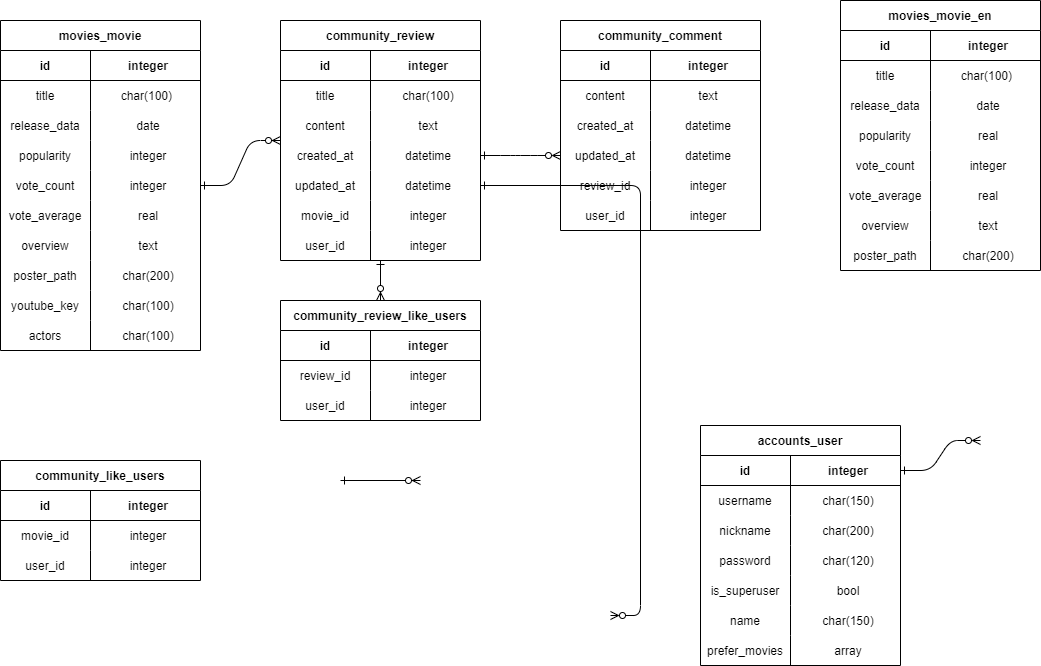
Above: ERD.drawio.png in gilsanguk/MOJI (draw.io), before the change. Source tidied: cells renumbered, new cells last; positions are measured from the earlier drawing's top-left corner, leaving out a move shared by most shapes.
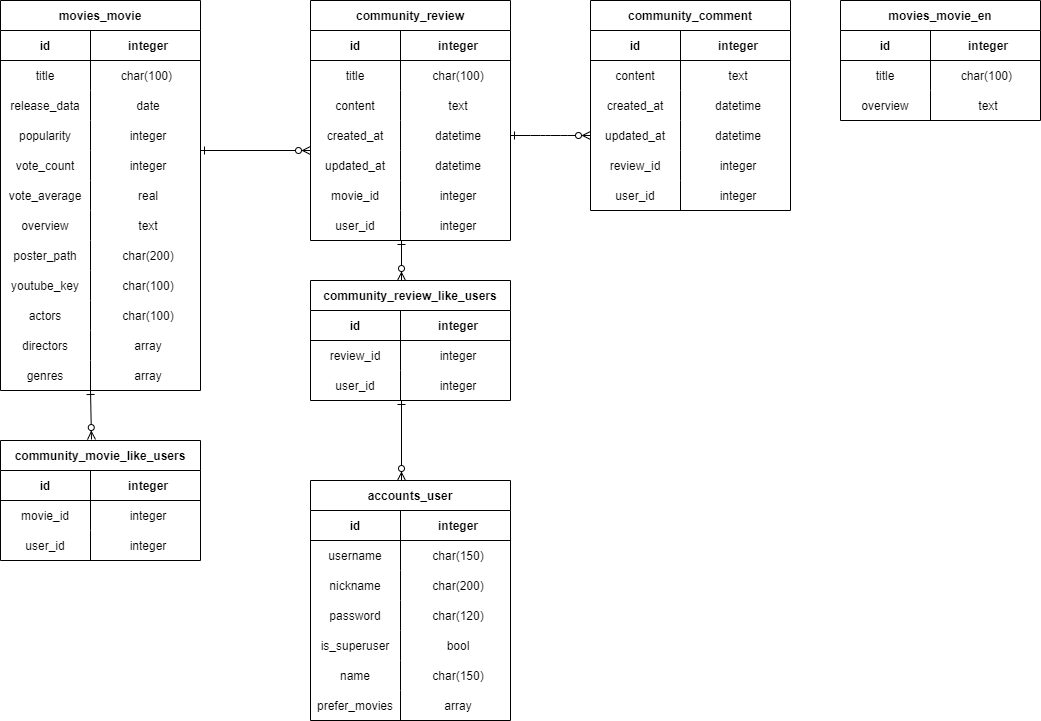
After the commit.

The edit, as a diff of the source:
```diff
@@ -2,11 +2,8 @@
   <root>
     <mxCell id="0" />
     <mxCell id="1" parent="0" />
-    <mxCell id="2" style="edgeStyle=entityRelationEdgeStyle;endArrow=ERzeroToMany;startArrow=ERone;endFill=1;startFill=0;" parent="1" edge="1" source="25" target="3">
-      <mxGeometry relative="1" as="geometry" />
-    </mxCell>
     <mxCell id="3" value="community_review" style="shape=table;startSize=30;rowLines=0;fontStyle=1;align=center;" parent="1" vertex="1">
-      <mxGeometry x="280" y="20" width="200" height="240" as="geometry" />
+      <mxGeometry x="310" y="20" width="200" height="240" as="geometry" />
     </mxCell>
     <mxCell id="4" style="shape=partialRectangle;fillColor=none;top=0;left=0;right=0;bottom=1;" parent="3" vertex="1">
       <mxGeometry y="30" width="200" height="30" as="geometry" />
@@ -72,7 +69,7 @@
       <mxGeometry x="90" width="110" height="30" as="geometry" />
     </mxCell>
     <mxCell id="25" value="movies_movie" style="shape=table;startSize=30;rowLines=0;fontStyle=1;align=center;" parent="1" vertex="1">
-      <mxGeometry y="20" width="200" height="330" as="geometry" />
+      <mxGeometry y="20" width="200" height="390" as="geometry" />
     </mxCell>
     <mxCell id="26" style="shape=partialRectangle;fillColor=none;top=0;left=0;right=0;bottom=1;" parent="25" vertex="1">
       <mxGeometry y="30" width="200" height="30" as="geometry" />
@@ -164,8 +161,26 @@
     <mxCell id="55" value="char(100)" style="shape=partialRectangle;overflow=hidden;fillColor=none;top=0;left=0;bottom=0;right=0;align=center;spacingLeft=6;" parent="53" vertex="1">
       <mxGeometry x="90" width="110" height="30" as="geometry" />
     </mxCell>
+    <mxCell id="147" style="shape=partialRectangle;fillColor=none;top=0;left=0;right=0;bottom=0;" parent="25" vertex="1">
+      <mxGeometry y="330" width="200" height="30" as="geometry" />
+    </mxCell>
+    <mxCell id="148" value="directors" style="shape=partialRectangle;overflow=hidden;fillColor=none;top=0;left=0;bottom=0;right=0;" parent="147" vertex="1">
+      <mxGeometry width="90" height="30" as="geometry" />
+    </mxCell>
+    <mxCell id="149" value="array" style="shape=partialRectangle;overflow=hidden;fillColor=none;top=0;left=0;bottom=0;right=0;align=center;spacingLeft=6;" parent="147" vertex="1">
+      <mxGeometry x="90" width="110" height="30" as="geometry" />
+    </mxCell>
+    <mxCell id="150" style="shape=partialRectangle;fillColor=none;top=0;left=0;right=0;bottom=0;" parent="25" vertex="1">
+      <mxGeometry y="360" width="200" height="30" as="geometry" />
+    </mxCell>
+    <mxCell id="151" value="genres" style="shape=partialRectangle;overflow=hidden;fillColor=none;top=0;left=0;bottom=0;right=0;" parent="150" vertex="1">
+      <mxGeometry width="90" height="30" as="geometry" />
+    </mxCell>
+    <mxCell id="152" value="array" style="shape=partialRectangle;overflow=hidden;fillColor=none;top=0;left=0;bottom=0;right=0;align=center;spacingLeft=6;" parent="150" vertex="1">
+      <mxGeometry x="90" width="110" height="30" as="geometry" />
+    </mxCell>
     <mxCell id="56" value="movies_movie_en" style="shape=table;startSize=30;rowLines=0;fontStyle=1;align=center;" parent="1" vertex="1">
-      <mxGeometry x="840" width="200" height="270" as="geometry" />
+      <mxGeometry x="840" y="20" width="200" height="120" as="geometry" />
     </mxCell>
     <mxCell id="57" style="shape=partialRectangle;fillColor=none;top=0;left=0;right=0;bottom=1;" parent="56" vertex="1">
       <mxGeometry y="30" width="200" height="30" as="geometry" />
@@ -185,44 +200,8 @@
     <mxCell id="62" value="char(100) " style="shape=partialRectangle;overflow=hidden;fillColor=none;top=0;left=0;bottom=0;right=0;align=center;spacingLeft=6;fontStyle=0;" parent="60" vertex="1">
       <mxGeometry x="90" width="110" height="30" as="geometry" />
     </mxCell>
-    <mxCell id="63" style="shape=partialRectangle;fillColor=none;top=0;left=0;right=0;bottom=0;" parent="56" vertex="1">
-      <mxGeometry y="90" width="200" height="30" as="geometry" />
-    </mxCell>
-    <mxCell id="64" value="release_data" style="shape=partialRectangle;overflow=hidden;fillColor=none;top=0;left=0;bottom=0;right=0;" parent="63" vertex="1">
-      <mxGeometry width="90" height="30" as="geometry" />
-    </mxCell>
-    <mxCell id="65" value="date" style="shape=partialRectangle;overflow=hidden;top=0;left=0;bottom=0;right=0;align=center;spacingLeft=6;labelBorderColor=none;verticalAlign=middle;strokeWidth=1;labelBackgroundColor=none;fillColor=none;" parent="63" vertex="1">
-      <mxGeometry x="90" width="110" height="30" as="geometry" />
-    </mxCell>
-    <mxCell id="66" style="shape=partialRectangle;fillColor=none;top=0;left=0;right=0;bottom=0;" parent="56" vertex="1">
-      <mxGeometry y="120" width="200" height="30" as="geometry" />
-    </mxCell>
-    <mxCell id="67" value="popularity" style="shape=partialRectangle;overflow=hidden;fillColor=none;top=0;left=0;bottom=0;right=0;" parent="66" vertex="1">
-      <mxGeometry width="90" height="30" as="geometry" />
-    </mxCell>
-    <mxCell id="68" value="real" style="shape=partialRectangle;overflow=hidden;fillColor=none;top=0;left=0;bottom=0;right=0;align=center;spacingLeft=6;" parent="66" vertex="1">
-      <mxGeometry x="90" width="110" height="30" as="geometry" />
-    </mxCell>
-    <mxCell id="69" style="shape=partialRectangle;fillColor=none;top=0;left=0;right=0;bottom=0;" parent="56" vertex="1">
-      <mxGeometry y="150" width="200" height="30" as="geometry" />
-    </mxCell>
-    <mxCell id="70" value="vote_count" style="shape=partialRectangle;overflow=hidden;fillColor=none;top=0;left=0;bottom=0;right=0;" parent="69" vertex="1">
-      <mxGeometry width="90" height="30" as="geometry" />
-    </mxCell>
-    <mxCell id="71" value="integer" style="shape=partialRectangle;overflow=hidden;fillColor=none;top=0;left=0;bottom=0;right=0;align=center;spacingLeft=6;" parent="69" vertex="1">
-      <mxGeometry x="90" width="110" height="30" as="geometry" />
-    </mxCell>
-    <mxCell id="72" style="shape=partialRectangle;fillColor=none;top=0;left=0;right=0;bottom=0;" parent="56" vertex="1">
-      <mxGeometry y="180" width="200" height="30" as="geometry" />
-    </mxCell>
-    <mxCell id="73" value="vote_average" style="shape=partialRectangle;overflow=hidden;fillColor=none;top=0;left=0;bottom=0;right=0;align=center;" parent="72" vertex="1">
-      <mxGeometry width="90" height="30" as="geometry" />
-    </mxCell>
-    <mxCell id="74" value="real" style="shape=partialRectangle;overflow=hidden;fillColor=none;top=0;left=0;bottom=0;right=0;align=center;spacingLeft=6;" parent="72" vertex="1">
-      <mxGeometry x="90" width="110" height="30" as="geometry" />
-    </mxCell>
     <mxCell id="75" style="shape=partialRectangle;fillColor=none;top=0;left=0;right=0;bottom=0;" parent="56" vertex="1">
-      <mxGeometry y="210" width="200" height="30" as="geometry" />
+      <mxGeometry y="90" width="200" height="30" as="geometry" />
     </mxCell>
     <mxCell id="76" value="overview" style="shape=partialRectangle;overflow=hidden;fillColor=none;top=0;left=0;bottom=0;right=0;" parent="75" vertex="1">
       <mxGeometry width="90" height="30" as="geometry" />
@@ -230,17 +209,8 @@
     <mxCell id="77" value="text" style="shape=partialRectangle;overflow=hidden;fillColor=none;top=0;left=0;bottom=0;right=0;align=center;spacingLeft=6;" parent="75" vertex="1">
       <mxGeometry x="90" width="110" height="30" as="geometry" />
     </mxCell>
-    <mxCell id="78" style="shape=partialRectangle;fillColor=none;top=0;left=0;right=0;bottom=0;" parent="56" vertex="1">
-      <mxGeometry y="240" width="200" height="30" as="geometry" />
-    </mxCell>
-    <mxCell id="79" value="poster_path" style="shape=partialRectangle;overflow=hidden;fillColor=none;top=0;left=0;bottom=0;right=0;" parent="78" vertex="1">
-      <mxGeometry width="90" height="30" as="geometry" />
-    </mxCell>
-    <mxCell id="80" value="char(200)" style="shape=partialRectangle;overflow=hidden;fillColor=none;top=0;left=0;bottom=0;right=0;align=center;spacingLeft=6;" parent="78" vertex="1">
-      <mxGeometry x="90" width="110" height="30" as="geometry" />
-    </mxCell>
     <mxCell id="81" value="community_comment" style="shape=table;startSize=30;rowLines=0;fontStyle=1;align=center;" parent="1" vertex="1">
-      <mxGeometry x="560" y="20" width="200" height="210" as="geometry" />
+      <mxGeometry x="590" y="20" width="200" height="210" as="geometry" />
     </mxCell>
     <mxCell id="82" style="shape=partialRectangle;fillColor=none;top=0;left=0;right=0;bottom=1;" parent="81" vertex="1">
       <mxGeometry y="30" width="200" height="30" as="geometry" />
@@ -297,7 +267,7 @@
       <mxGeometry x="90" width="110" height="30" as="geometry" />
     </mxCell>
     <mxCell id="100" value="community_review_like_users" style="shape=table;startSize=30;rowLines=0;fontStyle=1;align=center;" parent="1" vertex="1">
-      <mxGeometry x="280" y="300" width="200" height="120" as="geometry" />
+      <mxGeometry x="310" y="300" width="200" height="120" as="geometry" />
     </mxCell>
     <mxCell id="101" style="shape=partialRectangle;fillColor=none;top=0;left=0;right=0;bottom=1;" parent="100" vertex="1">
       <mxGeometry y="30" width="200" height="30" as="geometry" />
@@ -326,7 +296,7 @@
     <mxCell id="109" value="integer" style="shape=partialRectangle;overflow=hidden;fillColor=none;top=0;left=0;bottom=0;right=0;align=center;spacingLeft=6;" parent="107" vertex="1">
       <mxGeometry x="90" width="110" height="30" as="geometry" />
     </mxCell>
-    <mxCell id="110" value="community_like_users" style="shape=table;startSize=30;rowLines=0;fontStyle=1;align=center;" parent="1" vertex="1">
+    <mxCell id="110" value="community_movie_like_users" style="shape=table;startSize=30;rowLines=0;fontStyle=1;align=center;" parent="1" vertex="1">
       <mxGeometry y="460" width="200" height="120" as="geometry" />
     </mxCell>
     <mxCell id="111" style="shape=partialRectangle;fillColor=none;top=0;left=0;right=0;bottom=1;" parent="110" vertex="1">
@@ -359,18 +329,8 @@
     <mxCell id="120" style="edgeStyle=entityRelationEdgeStyle;endArrow=ERone;startArrow=ERzeroToMany;endFill=0;startFill=0;entryX=1;entryY=0.5;entryDx=0;entryDy=0;" parent="1" edge="1" source="91" target="13">
       <mxGeometry relative="1" as="geometry" />
     </mxCell>
-    <mxCell id="121" style="edgeStyle=entityRelationEdgeStyle;fontSize=12;html=1;endArrow=ERzeroToMany;endFill=0;rounded=1;fontFamily=Helvetica;fontColor=default;startArrow=ERone;startFill=0;entryX=0;entryY=0.5;entryDx=0;entryDy=0;exitX=1;exitY=0.5;exitDx=0;exitDy=0;" parent="1" edge="1" source="124">
-      <mxGeometry relative="1" as="geometry">
-        <mxPoint x="980" y="440" as="targetPoint" />
-      </mxGeometry>
-    </mxCell>
-    <mxCell id="122" style="edgeStyle=entityRelationEdgeStyle;fontSize=12;html=1;endArrow=ERone;endFill=0;rounded=1;fontFamily=Helvetica;fontColor=default;startArrow=ERzeroToMany;startFill=0;" parent="1" edge="1" target="16">
-      <mxGeometry relative="1" as="geometry">
-        <mxPoint x="610" y="615" as="sourcePoint" />
-      </mxGeometry>
-    </mxCell>
     <mxCell id="123" value="accounts_user" style="shape=table;startSize=30;rowLines=0;fontStyle=1;align=center;" parent="1" vertex="1">
-      <mxGeometry x="700" y="425" width="200" height="240" as="geometry" />
+      <mxGeometry x="310" y="500" width="200" height="240" as="geometry" />
     </mxCell>
     <mxCell id="124" style="shape=partialRectangle;fillColor=none;points=[[0,0.5],[1,0.5]];portConstraint=eastwest;top=0;left=0;right=0;bottom=1;" parent="123" vertex="1">
       <mxGeometry y="30" width="200" height="30" as="geometry" />
@@ -435,14 +395,27 @@
     <mxCell id="144" value="array" style="shape=partialRectangle;overflow=hidden;fillColor=none;top=0;left=0;bottom=0;right=0;align=center;spacingLeft=6;fontColor=#000000;" parent="142" vertex="1">
       <mxGeometry x="90" width="110" height="30" as="geometry" />
     </mxCell>
-    <mxCell id="145" style="fontSize=12;html=1;endArrow=ERzeroToMany;endFill=1;startArrow=ERone;rounded=1;fontFamily=Helvetica;fontColor=default;startFill=0;" parent="1" edge="1" source="22" target="100">
-      <mxGeometry relative="1" as="geometry" />
+    <mxCell id="145" style="fontSize=12;html=1;endArrow=ERzeroToMany;endFill=1;startArrow=ERone;rounded=1;fontFamily=Helvetica;fontColor=default;startFill=0;" parent="1" edge="1">
+      <mxGeometry relative="1" as="geometry">
+        <mxPoint x="401" y="260" as="sourcePoint" />
+        <mxPoint x="401" y="300" as="targetPoint" />
+      </mxGeometry>
     </mxCell>
-    <mxCell id="146" style="fontSize=12;html=1;endArrow=ERzeroToMany;endFill=1;startArrow=ERone;rounded=1;fontFamily=Helvetica;fontColor=default;startFill=0;exitX=1;exitY=0.5;exitDx=0;exitDy=0;" parent="1" edge="1">
+    <mxCell id="146" style="fontSize=12;html=1;endArrow=ERzeroToMany;endFill=1;startArrow=ERone;rounded=1;fontFamily=Helvetica;fontColor=default;startFill=0;exitX=1;exitY=0.5;exitDx=0;exitDy=0;entryX=0.455;entryY=-0.008;entryDx=0;entryDy=0;entryPerimeter=0;" parent="1" edge="1" target="110">
       <mxGeometry relative="1" as="geometry">
-        <mxPoint x="340" y="480" as="sourcePoint" />
-        <mxPoint x="420" y="480" as="targetPoint" />
+        <mxPoint x="90" y="410" as="sourcePoint" />
       </mxGeometry>
     </mxCell>
+    <mxCell id="153" style="fontSize=12;html=1;endArrow=ERzeroToMany;endFill=1;startArrow=ERone;rounded=1;fontFamily=Helvetica;fontColor=default;startFill=0;exitX=0.455;exitY=1;exitDx=0;exitDy=0;exitPerimeter=0;" parent="1" edge="1" source="107">
+      <mxGeometry relative="1" as="geometry">
+        <mxPoint x="401" y="500" as="targetPoint" />
+      </mxGeometry>
+    </mxCell>
+    <mxCell id="154" style="fontSize=12;html=1;endArrow=ERone;endFill=0;startArrow=ERzeroToMany;rounded=1;fontFamily=Helvetica;fontColor=default;startFill=0;" parent="1" edge="1">
+      <mxGeometry relative="1" as="geometry">
+        <mxPoint x="310" y="170" as="sourcePoint" />
+        <mxPoint x="200" y="170" as="targetPoint" />
+      </mxGeometry>
+    </mxCell>
   </root>
 </mxGraphModel>
```
